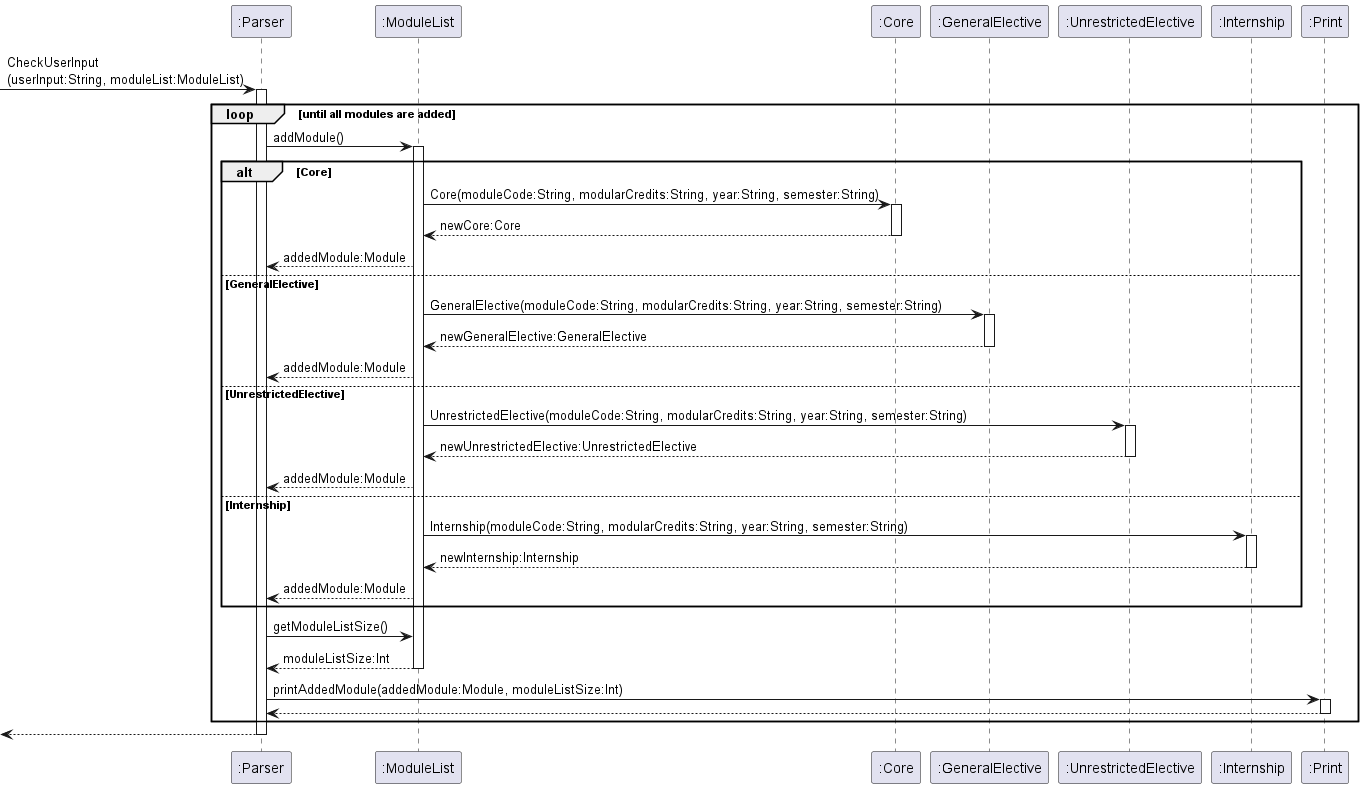
Before: docs/diagrams/AddInputCommand.png, a diagram exported from PlantUML (saintzaw/tp).
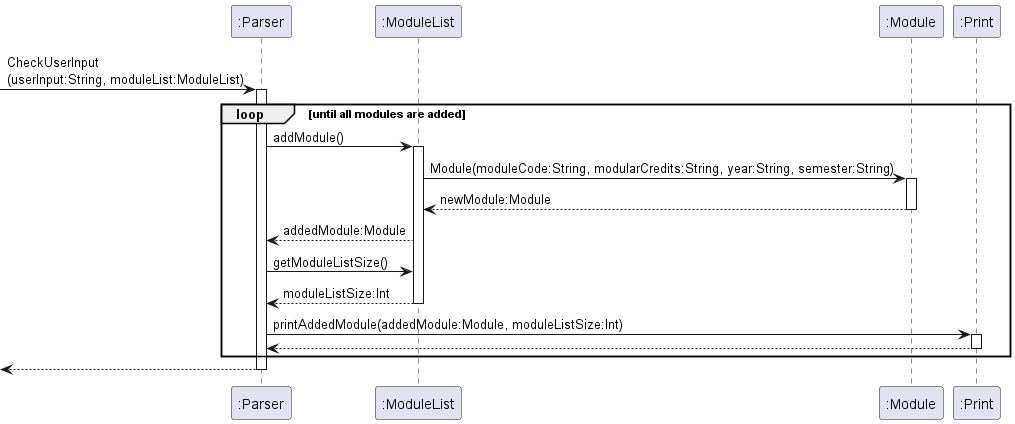
The same diagram one commit later.

Commit message:
Updated DG diagram as per Vish's comments for add command. Included more javadocs and junit testing.

The edit, as a diff of the source:
```diff
@@ -2,10 +2,7 @@
 
 participant ":Parser" as Parser
 participant ":ModuleList" as ML
-participant ":Core" as Core
-participant ":GeneralElective" as GE
-participant ":UnrestrictedElective" as UE
-participant ":Internship" as Internship
+participant ":Module" as Module
 participant ":Print" as Print
 [->Parser : CheckUserInput\n(userInput:String, moduleList:ModuleList)
 activate Parser
@@ -14,31 +11,12 @@
 loop until all modules are added
     Parser->ML: addModule()
     activate ML
-    alt Core
-        ML->Core: Core(moduleCode:String, modularCredits:String, year:String, semester:String)
-        activate Core
-        Core-->ML: newCore:Core
-        deactivate Core
+        ML->Module: Module(moduleCode:String, modularCredits:String, year:String, semester:String)
+        activate Module
+        Module-->ML: newModule:Module
+        deactivate Module
         ML-->Parser: addedModule:Module
-    else GeneralElective
-        ML->GE: GeneralElective(moduleCode:String, modularCredits:String, year:String, semester:String)
-        activate GE
-        GE-->ML: newGeneralElective:GeneralElective
-        deactivate GE
-        ML-->Parser: addedModule:Module
-    else UnrestrictedElective
-        ML->UE: UnrestrictedElective(moduleCode:String, modularCredits:String, year:String, semester:String)
-        activate UE
-        UE-->ML: newUnrestrictedElective:UnrestrictedElective
-        deactivate UE
-        ML-->Parser: addedModule:Module
-    else Internship
-        ML->Internship: Internship(moduleCode:String, modularCredits:String, year:String, semester:String)
-        activate Internship
-        Internship-->ML: newInternship:Internship
-        deactivate Internship
-        ML-->Parser: addedModule:Module
-    end
+
     Parser->ML: getModuleListSize()
     ML-->Parser: moduleListSize:Int
     deactivate ML
```
